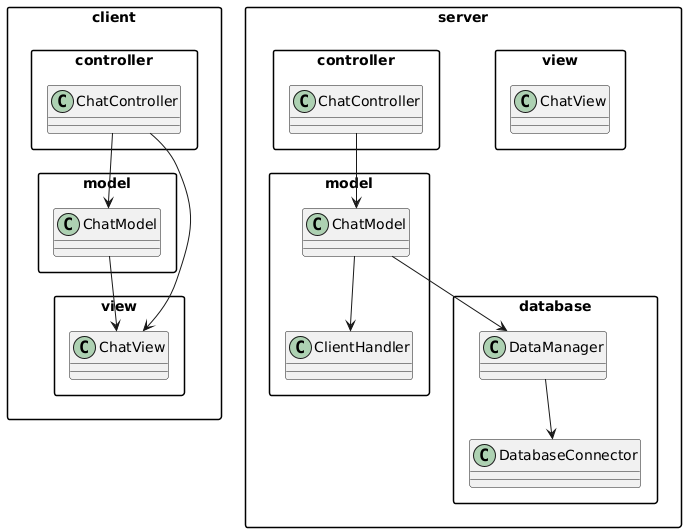
Lennox95x/ChatRoom keeps this PlantUML diagram as Doku/ProjektStruktur.png. Above is the earlier version.
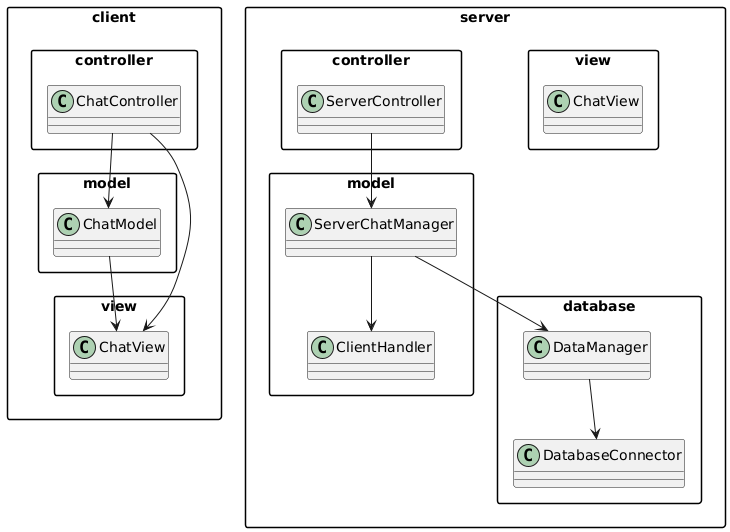
Later version of the same file.

Diff of the diagram source:
```diff
@@ -15,10 +15,10 @@
 
 package server {
   package controller {
-    class ChatController
+    class ServerController
   }
   package model {
-    class ChatModel
+    class ServerChatManager
     class ClientHandler
   }
   package view {
@@ -34,8 +34,8 @@
 client.controller.ChatController --> client.view.ChatView
 client.model.ChatModel --> client.view.ChatView
 
-server.controller.ChatController --> server.model.ChatModel
-server.model.ChatModel --> server.model.ClientHandler
-server.model.ChatModel --> server.database.DataManager
+server.controller.ServerController --> server.model.ServerChatManager
+server.model.ServerChatManager --> server.model.ClientHandler
+server.model.ServerChatManager --> server.database.DataManager
 server.database.DataManager --> server.database.DatabaseConnector
 @enduml
```
